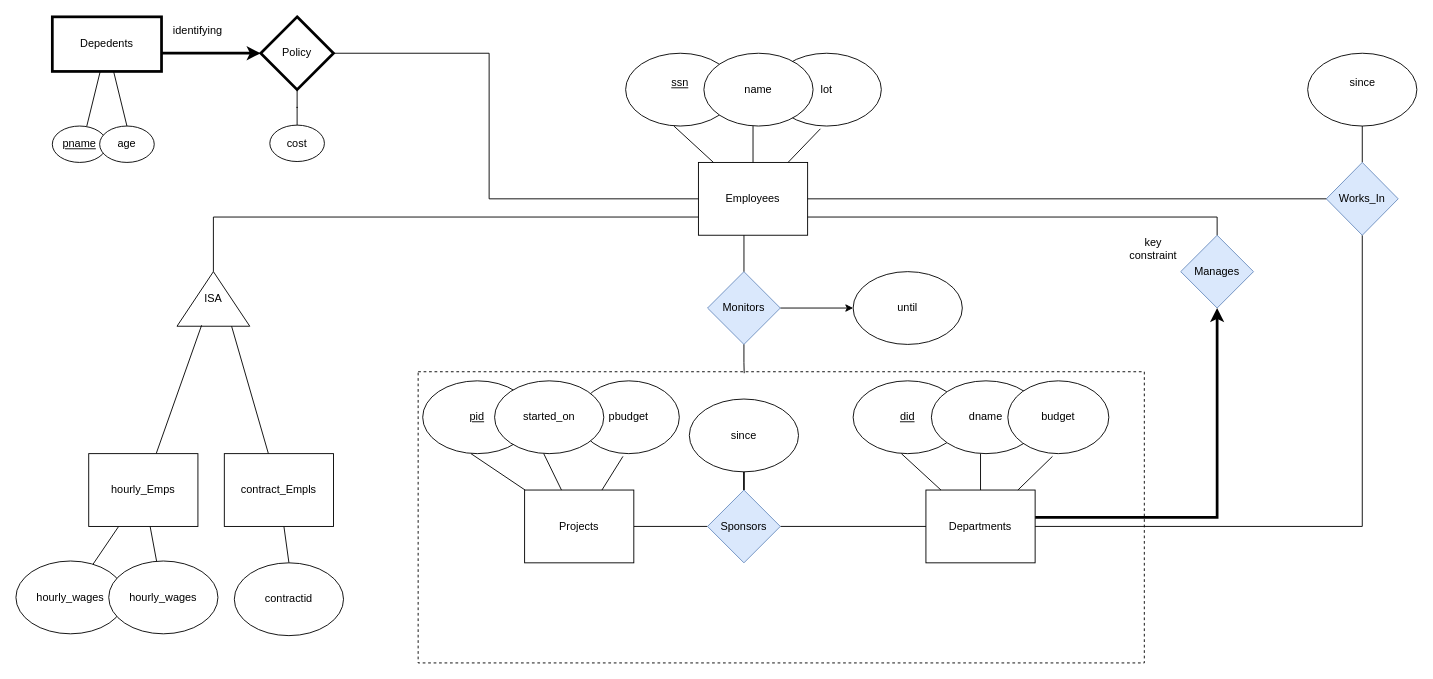
This is page "Page-1" (1 of 2) of soen363_er_B Diagram.drawio from fmvemba22/SOEN363, a draw.io file, before an edit. Source tidied: cells renumbered, new cells numbered last; positions are measured from the earlier drawing's top-left corner, leaving out a move shared by most shapes. Both pictures are drawn from the tidied source at 91%, with x=0, y=0 at pixel (15, 16).
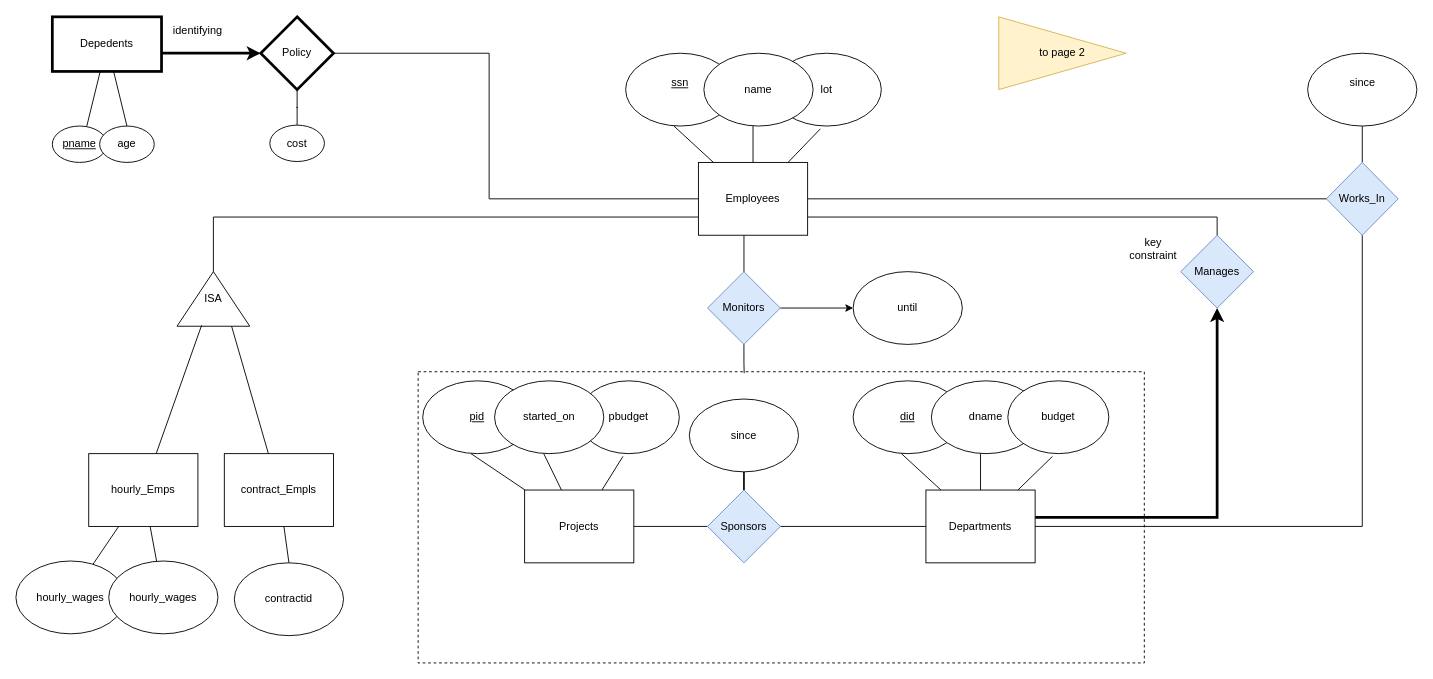
The same diagram, later.

Change to the diagram source:
```diff
@@
+    <mxCell id="67" value="to page 2" style="triangle;whiteSpace=wrap;html=1;shapeInside=1;rounded=0;strokeColor=#d6b656;align=center;verticalAlign=middle;fontFamily=Helvetica;fontSize=12;fillColor=#fff2cc;" parent="1" vertex="1">
+      <mxGeometry x="1080" width="140" height="80" as="geometry" />
+    </mxCell>
```
